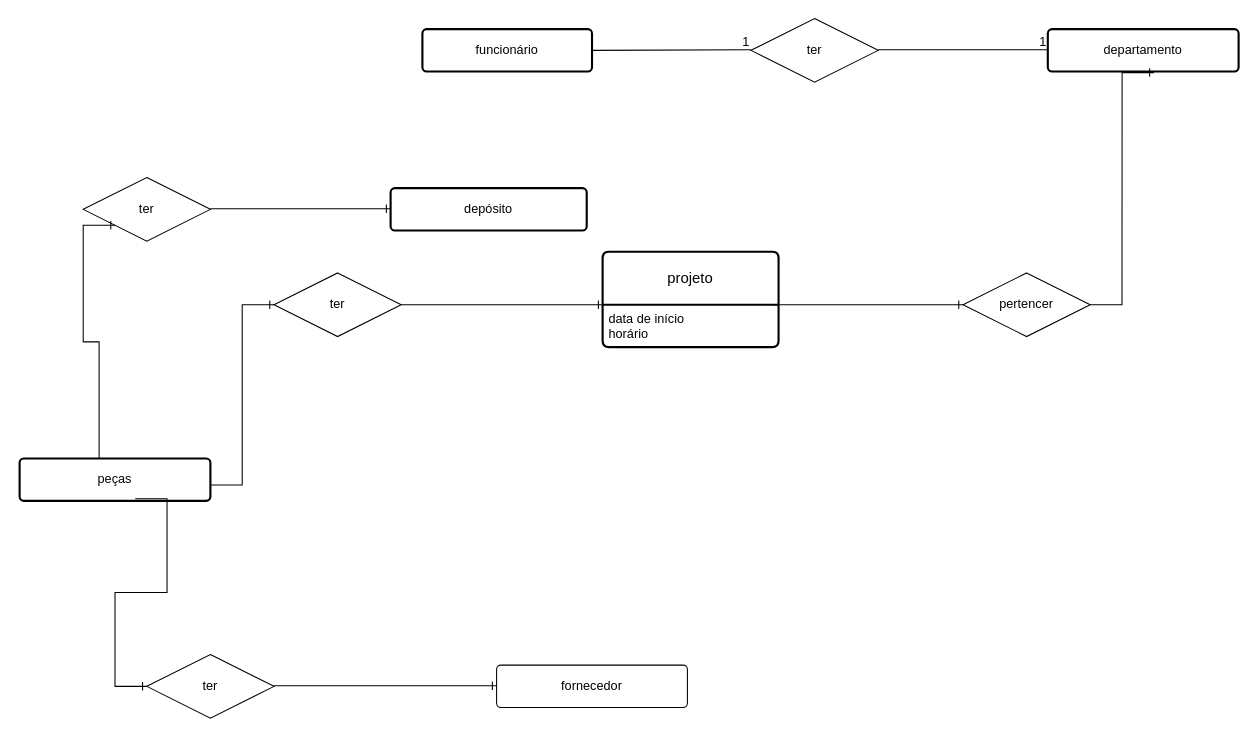
Above: departamento.drawio in biacapist1224/Diagramas (draw.io), before the change. Source tidied: cells renumbered, new cells numbered last; positions are measured from the earlier drawing's top-left corner, leaving out a move shared by most shapes. Both pictures are drawn from the tidied source at 106%, with x=0, y=0 at pixel (19, 18).
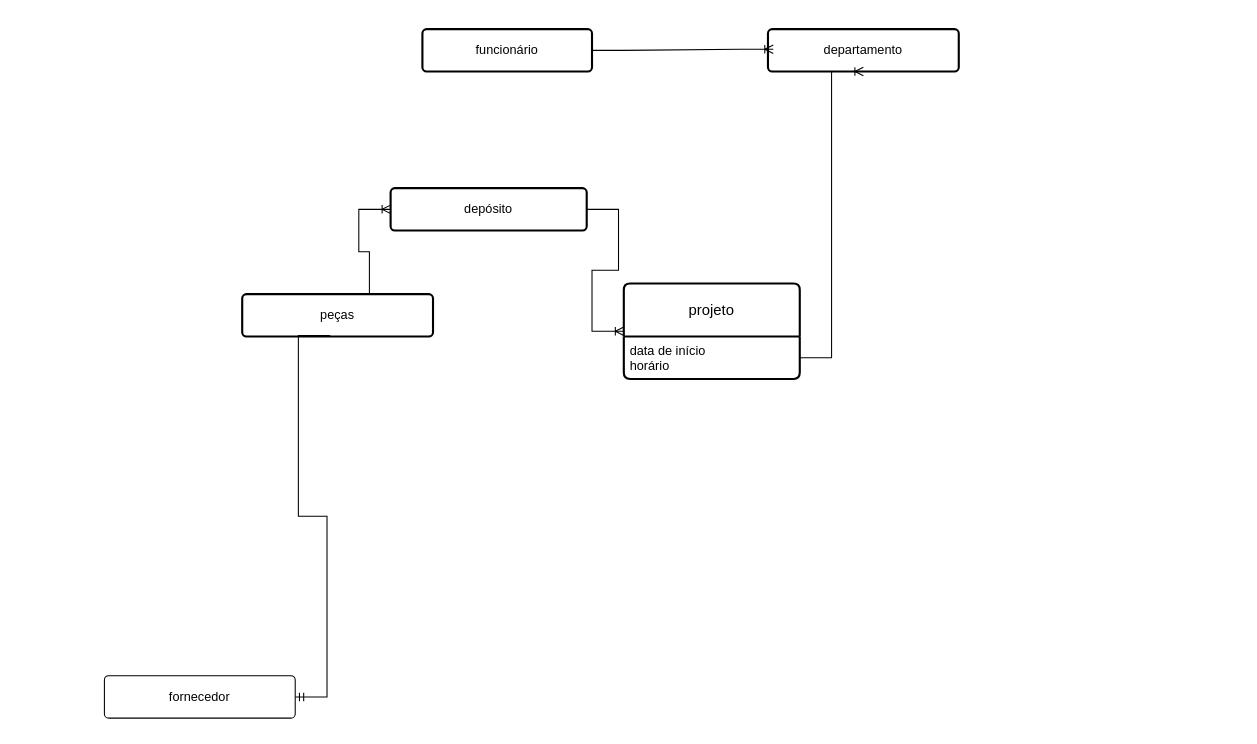
After the change.

Unchanged cells that the change refers to:
```xml
<mxCell id="3" value="funcionário" style="rounded=1;arcSize=10;whiteSpace=wrap;html=1;align=center;strokeWidth=2;" parent="1" vertex="1">
  <mxGeometry x="380" y="10" width="160" height="40" as="geometry" />
</mxCell>
<mxCell id="11" value="depósito" style="rounded=1;arcSize=10;whiteSpace=wrap;html=1;align=center;strokeWidth=2;" parent="1" vertex="1">
  <mxGeometry x="350" y="160" width="185" height="40" as="geometry" />
</mxCell>
<mxCell id="20" value="&lt;div&gt;data de início&lt;/div&gt;&lt;div&gt;horário&lt;br&gt;&lt;/div&gt;" style="align=left;strokeColor=none;fillColor=none;spacingLeft=4;fontSize=12;verticalAlign=top;html=1;" parent="19" vertex="1">
  <mxGeometry y="50" width="166" height="40" as="geometry" />
</mxCell>
```

Change to the diagram source:
```diff
@@
-    <mxCell id="2" style="edgeStyle=entityRelationEdgeStyle;fontSize=12;html=1;endArrow=ERone;endFill=1;rounded=0;" parent="1" edge="1">
-      <mxGeometry relative="1" as="geometry">
-        <mxPoint x="180" y="440" as="sourcePoint" />
-        <mxPoint x="240" y="270" as="targetPoint" />
-        <Array as="points">
-          <mxPoint x="190" y="440" />
-          <mxPoint x="180" y="440" />
-        </Array>
-      </mxGeometry>
-    </mxCell>
@@
-    <mxCell id="4" value="ter" style="shape=rhombus;perimeter=rhombusPerimeter;whiteSpace=wrap;html=1;align=center;" parent="1" vertex="1">
-      <mxGeometry x="690" width="120" height="60" as="geometry" />
-    </mxCell>
-    <mxCell id="5" value="ter" style="shape=rhombus;perimeter=rhombusPerimeter;whiteSpace=wrap;html=1;align=center;" parent="1" vertex="1">
-      <mxGeometry x="240" y="240" width="120" height="60" as="geometry" />
-    </mxCell>
     <mxCell id="6" value="departamento" style="rounded=1;arcSize=10;whiteSpace=wrap;html=1;align=center;strokeWidth=2;" parent="1" vertex="1">
-      <mxGeometry x="970" y="10" width="180" height="40" as="geometry" />
+      <mxGeometry x="706" y="10" width="180" height="40" as="geometry" />
     </mxCell>
-    <mxCell id="7" style="endArrow=none;html=1;rounded=0;exitX=1;exitY=0.5;exitDx=0;exitDy=0;" parent="1" edge="1" source="3">
-      <mxGeometry relative="1" as="geometry">
-        <mxPoint x="690" y="29.5" as="targetPoint" />
-      </mxGeometry>
-    </mxCell>
-    <mxCell id="8" value="1" style="html=1;whiteSpace=wrap;align=right;verticalAlign=bottom;" parent="7" vertex="1">
-      <mxGeometry x="1" relative="1" as="geometry" />
-    </mxCell>
-    <mxCell id="9" style="endArrow=none;html=1;rounded=0;" parent="1" edge="1">
-      <mxGeometry relative="1" as="geometry">
-        <mxPoint x="810" y="29.5" as="sourcePoint" />
-        <mxPoint x="970" y="29.5" as="targetPoint" />
-      </mxGeometry>
-    </mxCell>
-    <mxCell id="10" value="1" style="html=1;whiteSpace=wrap;align=right;verticalAlign=bottom;" parent="9" vertex="1">
-      <mxGeometry x="1" relative="1" as="geometry" />
-    </mxCell>
@@
     <mxCell id="12" value="peças" style="rounded=1;arcSize=10;whiteSpace=wrap;html=1;align=center;strokeWidth=2;" parent="1" vertex="1">
-      <mxGeometry y="415" width="180" height="40" as="geometry" />
+      <mxGeometry x="210" y="260" width="180" height="40" as="geometry" />
     </mxCell>
-    <mxCell id="13" value="fornecedor" style="rounded=1;arcSize=10;whiteSpace=wrap;html=1;align=center;" parent="1" vertex="1">
-      <mxGeometry x="450" y="610" width="180" height="40" as="geometry" />
-    </mxCell>
-    <mxCell id="14" value="ter" style="shape=rhombus;perimeter=rhombusPerimeter;whiteSpace=wrap;html=1;align=center;" parent="1" vertex="1">
-      <mxGeometry x="60" y="150" width="120" height="60" as="geometry" />
-    </mxCell>
-    <mxCell id="15" value="pertencer" style="shape=rhombus;perimeter=rhombusPerimeter;whiteSpace=wrap;html=1;align=center;" parent="1" vertex="1">
-      <mxGeometry x="890" y="240" width="120" height="60" as="geometry" />
-    </mxCell>
-    <mxCell id="16" value="ter" style="shape=rhombus;perimeter=rhombusPerimeter;whiteSpace=wrap;html=1;align=center;" parent="1" vertex="1">
-      <mxGeometry x="120" y="600" width="120" height="60" as="geometry" />
-    </mxCell>
-    <mxCell id="17" style="edgeStyle=entityRelationEdgeStyle;fontSize=12;html=1;endArrow=ERone;endFill=1;rounded=0;entryX=0.556;entryY=1.025;entryDx=0;entryDy=0;entryPerimeter=0;" parent="1" edge="1" target="6">
-      <mxGeometry relative="1" as="geometry">
-        <mxPoint x="1010" y="270" as="sourcePoint" />
-      </mxGeometry>
-    </mxCell>
-    <mxCell id="18" style="edgeStyle=entityRelationEdgeStyle;fontSize=12;html=1;endArrow=ERone;endFill=1;rounded=0;" parent="1" edge="1">
-      <mxGeometry relative="1" as="geometry">
-        <mxPoint x="710" y="270" as="sourcePoint" />
-        <mxPoint x="890" y="270" as="targetPoint" />
-      </mxGeometry>
-    </mxCell>
     <mxCell id="19" value="projeto" style="swimlane;horizontal=1;startSize=50;rounded=1;fontSize=14;fontStyle=0;strokeWidth=2;shadow=0;dashed=0;align=center;arcSize=4;whiteSpace=wrap;html=1;" parent="1" vertex="1">
-      <mxGeometry x="550" y="220" width="166" height="90" as="geometry" />
+      <mxGeometry x="570" y="250" width="166" height="90" as="geometry" />
     </mxCell>
@@
-    <mxCell id="21" style="edgeStyle=entityRelationEdgeStyle;fontSize=12;html=1;endArrow=ERone;endFill=1;rounded=0;" parent="1" edge="1">
-      <mxGeometry relative="1" as="geometry">
-        <mxPoint x="360" y="270" as="sourcePoint" />
-        <mxPoint x="550" y="270" as="targetPoint" />
-      </mxGeometry>
-    </mxCell>
-    <mxCell id="22" style="edgeStyle=entityRelationEdgeStyle;fontSize=12;html=1;endArrow=ERone;endFill=1;rounded=0;exitX=0.25;exitY=0;exitDx=0;exitDy=0;entryX=0;entryY=1;entryDx=0;entryDy=0;" parent="1" edge="1" source="12" target="14">
-      <mxGeometry relative="1" as="geometry">
-        <Array as="points">
-          <mxPoint x="90" y="280" />
-          <mxPoint x="60" y="310" />
-          <mxPoint x="30" y="280" />
-        </Array>
-      </mxGeometry>
-    </mxCell>
-    <mxCell id="23" style="edgeStyle=entityRelationEdgeStyle;fontSize=12;html=1;endArrow=ERone;endFill=1;rounded=0;" parent="1" edge="1">
-      <mxGeometry relative="1" as="geometry">
-        <mxPoint x="180" y="179.5" as="sourcePoint" />
-        <mxPoint x="350" y="179.5" as="targetPoint" />
-      </mxGeometry>
-    </mxCell>
-    <mxCell id="24" style="edgeStyle=entityRelationEdgeStyle;fontSize=12;html=1;endArrow=ERone;endFill=1;rounded=0;exitX=0.606;exitY=0.95;exitDx=0;exitDy=0;exitPerimeter=0;" parent="1" edge="1" source="12">
-      <mxGeometry relative="1" as="geometry">
-        <mxPoint x="120" y="630" as="targetPoint" />
-        <Array as="points">
-          <mxPoint x="139" y="460" />
-          <mxPoint x="90" y="480" />
-        </Array>
-      </mxGeometry>
-    </mxCell>
-    <mxCell id="25" style="edgeStyle=entityRelationEdgeStyle;fontSize=12;html=1;endArrow=ERone;endFill=1;rounded=0;" parent="1" edge="1">
-      <mxGeometry relative="1" as="geometry">
-        <mxPoint x="240" y="629.5" as="sourcePoint" />
-        <mxPoint x="450" y="629.5" as="targetPoint" />
-      </mxGeometry>
-    </mxCell>
+    <mxCell id="26" style="edgeStyle=entityRelationEdgeStyle;fontSize=12;html=1;endArrow=ERoneToMany;rounded=0;entryX=0.092;entryY=0.483;entryDx=0;entryDy=0;entryPerimeter=0;" parent="1" edge="1" source="3">
+      <mxGeometry relative="1" as="geometry">
+        <mxPoint x="711" y="29" as="targetPoint" />
+        <Array as="points">
+          <mxPoint x="560" y="20" />
+        </Array>
+      </mxGeometry>
+    </mxCell>
+    <mxCell id="27" style="edgeStyle=entityRelationEdgeStyle;fontSize=12;html=1;endArrow=ERoneToMany;rounded=0;exitX=1;exitY=0.5;exitDx=0;exitDy=0;entryX=0.5;entryY=1;entryDx=0;entryDy=0;" parent="1" edge="1" source="20" target="6">
+      <mxGeometry relative="1" as="geometry">
+        <Array as="points">
+          <mxPoint x="829" y="188" />
+        </Array>
+      </mxGeometry>
+    </mxCell>
+    <mxCell id="28" style="edgeStyle=entityRelationEdgeStyle;fontSize=12;html=1;endArrow=ERoneToMany;rounded=0;entryX=0;entryY=0.5;entryDx=0;entryDy=0;" parent="1" edge="1" source="11" target="19">
+      <mxGeometry relative="1" as="geometry" />
+    </mxCell>
+    <mxCell id="29" style="edgeStyle=entityRelationEdgeStyle;fontSize=12;html=1;endArrow=ERoneToMany;rounded=0;entryX=0;entryY=0.5;entryDx=0;entryDy=0;exitX=0.5;exitY=0;exitDx=0;exitDy=0;" parent="1" edge="1" source="12" target="11">
+      <mxGeometry relative="1" as="geometry" />
+    </mxCell>
+    <mxCell id="30" style="edgeStyle=entityRelationEdgeStyle;fontSize=12;html=1;endArrow=ERmandOne;rounded=0;exitX=0.461;exitY=0.975;exitDx=0;exitDy=0;exitPerimeter=0;" parent="1" edge="1" source="13">
+      <mxGeometry relative="1" as="geometry">
+        <mxPoint x="120" y="630" as="targetPoint" />
+      </mxGeometry>
+    </mxCell>
+    <mxCell id="31" style="edgeStyle=entityRelationEdgeStyle;fontSize=12;html=1;endArrow=ERmandOne;rounded=0;exitX=0.461;exitY=0.975;exitDx=0;exitDy=0;exitPerimeter=0;" parent="1" edge="1" source="12" target="13">
+      <mxGeometry relative="1" as="geometry" />
+    </mxCell>
+    <mxCell id="13" value="fornecedor" style="rounded=1;arcSize=10;whiteSpace=wrap;html=1;align=center;" parent="1" vertex="1">
+      <mxGeometry x="80" y="620" width="180" height="40" as="geometry" />
+    </mxCell>
```
